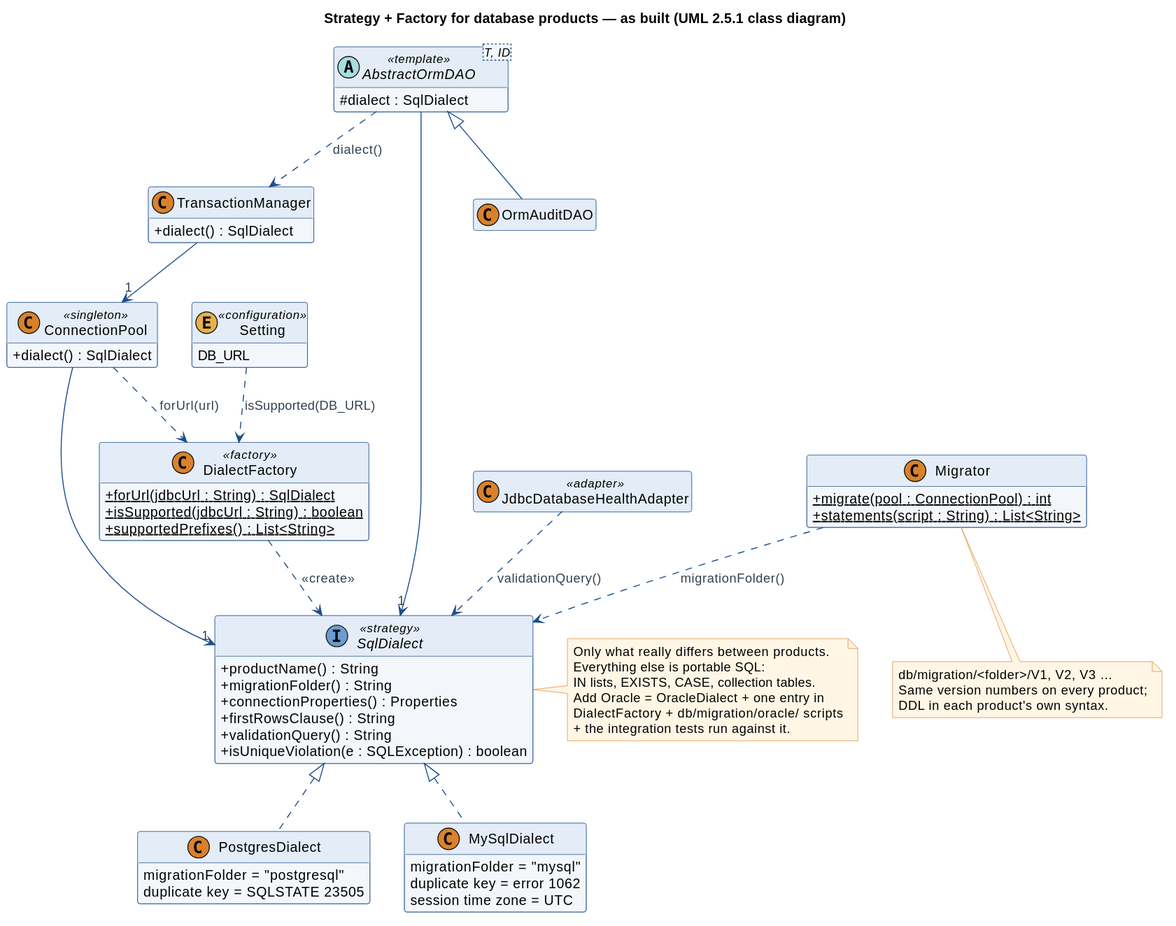
jaricsng/ooad-3tier-job-allocation keeps this PlantUML diagram as diagrams/svg/27-sql-dialect.svg. Above is the earlier version. Source of this version:
```plantuml
@startuml
!include style.iuml
skinparam classAttributeIconSize 0
hide empty members
title Strategy + Factory for database products — as built (UML 2.5.1 class diagram)

interface SqlDialect <<strategy>> {
  +productName() : String
  +migrationFolder() : String
  +connectionProperties() : Properties
  +firstRowsClause() : String
  +validationQuery() : String
  +isUniqueViolation(e : SQLException) : boolean
}
class PostgresDialect {
  migrationFolder = "postgresql"
  duplicate key = SQLSTATE 23505
}
class MySqlDialect {
  migrationFolder = "mysql"
  duplicate key = error 1062
  session time zone = UTC
}
class DialectFactory <<factory>> {
  +{static} forUrl(jdbcUrl : String) : SqlDialect
  +{static} isSupported(jdbcUrl : String) : boolean
  +{static} supportedPrefixes() : List<String>
}
class ConnectionPool <<singleton>> {
  +dialect() : SqlDialect
}
class TransactionManager {
  +dialect() : SqlDialect
}
abstract class "AbstractOrmDAO<T, ID>" as AbstractOrmDAO <<template>> {
  #dialect : SqlDialect
}
class OrmAuditDAO
class Migrator {
  +{static} migrate(pool : ConnectionPool) : int
  +{static} statements(script : String) : List<String>
}
class JdbcDatabaseHealthAdapter <<adapter>>
enum Setting <<configuration>> {
  DB_URL
}

SqlDialect <|.. PostgresDialect
SqlDialect <|.. MySqlDialect
DialectFactory ..> SqlDialect : <<create>>
ConnectionPool ..> DialectFactory : forUrl(url)
ConnectionPool --> "1" SqlDialect
TransactionManager --> "1" ConnectionPool
AbstractOrmDAO ..> TransactionManager : dialect()
AbstractOrmDAO --> "1" SqlDialect
AbstractOrmDAO <|-- OrmAuditDAO
Migrator ..> SqlDialect : migrationFolder()
JdbcDatabaseHealthAdapter ..> SqlDialect : validationQuery()
Setting ..> DialectFactory : isSupported(DB_URL)

note right of SqlDialect
  Only what really differs between products.
  Everything else is portable SQL:
  IN lists, EXISTS, CASE, collection tables.
  Add Oracle = OracleDialect + one entry in
  DialectFactory + db/migration/oracle/ scripts
  + the integration tests run against it.
end note
note bottom of Migrator
  db/migration/<folder>/V1, V2, V3 …
  Same version numbers on every product;
  DDL in each product's own syntax.
end note
@enduml
```
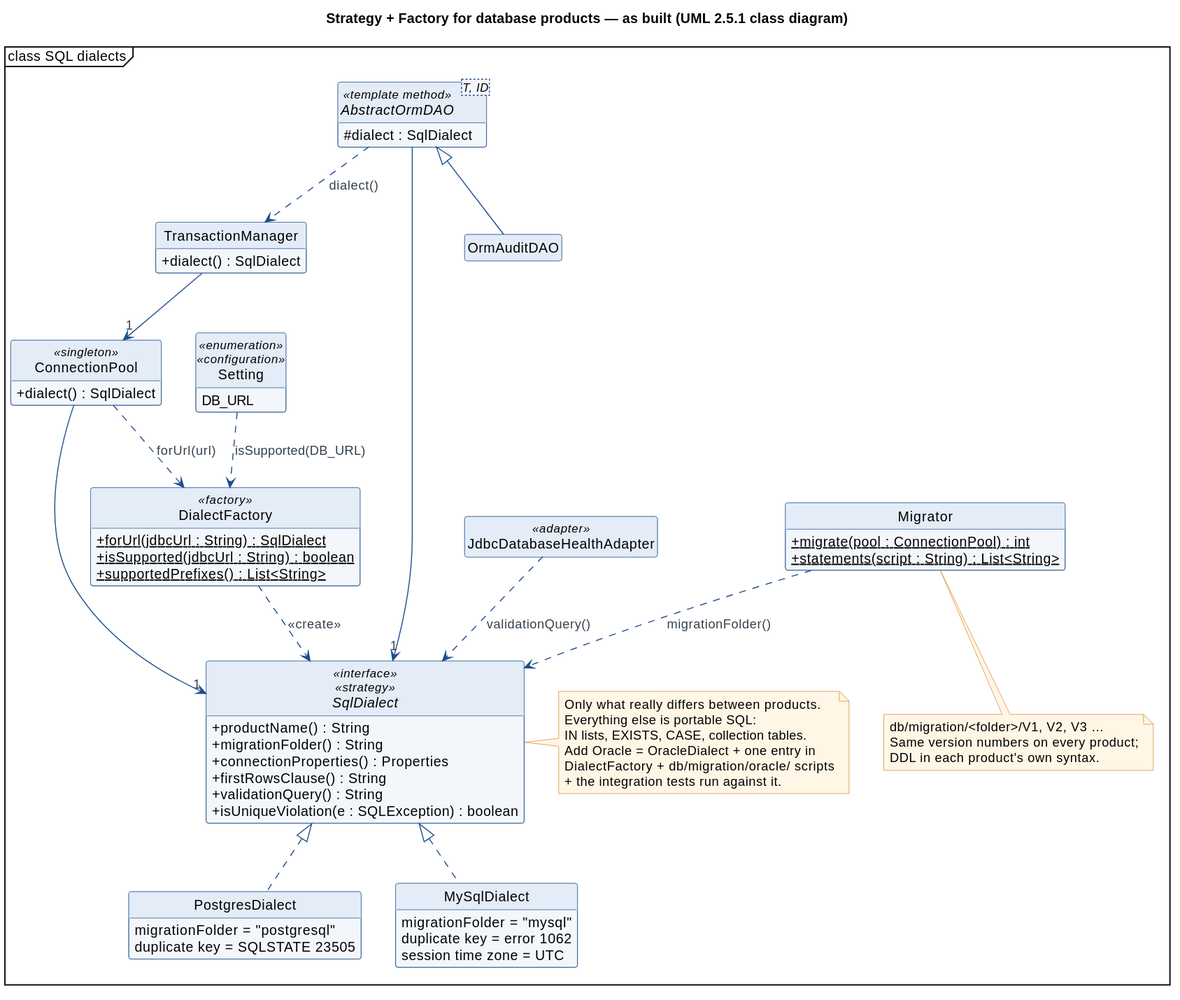
The same diagram one commit later.

What changed in the source:
```diff
@@ -1,10 +1,11 @@
 @startuml
 !include style.iuml
+mainframe class SQL dialects
 skinparam classAttributeIconSize 0
 hide empty members
 title Strategy + Factory for database products — as built (UML 2.5.1 class diagram)
 
-interface SqlDialect <<strategy>> {
+interface SqlDialect <<interface>> <<strategy>> {
   +productName() : String
   +migrationFolder() : String
   +connectionProperties() : Properties
@@ -32,7 +33,7 @@
 class TransactionManager {
   +dialect() : SqlDialect
 }
-abstract class "AbstractOrmDAO<T, ID>" as AbstractOrmDAO <<template>> {
+abstract class "AbstractOrmDAO<T, ID>" as AbstractOrmDAO <<template method>> {
   #dialect : SqlDialect
 }
 class OrmAuditDAO
@@ -41,7 +42,7 @@
   +{static} statements(script : String) : List<String>
 }
 class JdbcDatabaseHealthAdapter <<adapter>>
-enum Setting <<configuration>> {
+enum Setting <<enumeration>> <<configuration>> {
   DB_URL
 }
 
```
